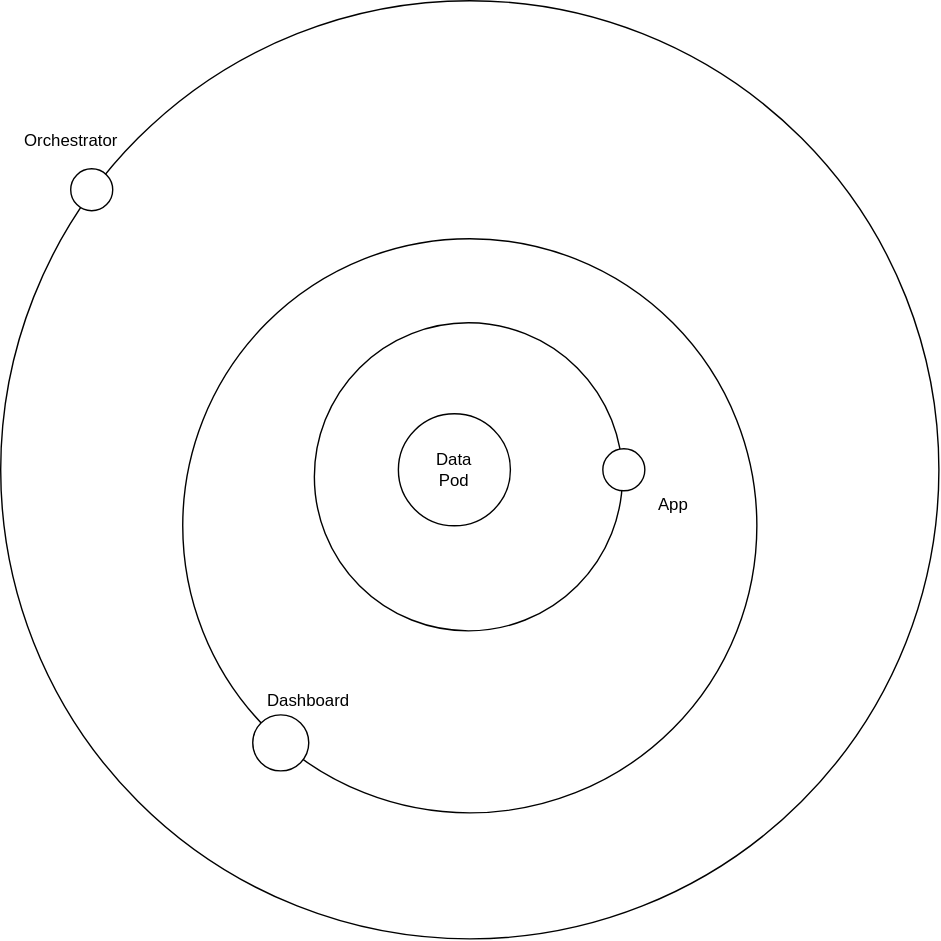
Above: images/mellon-orchestrator-solar.svg in MellonScholarlyCommunication/spec-overview (draw.io), before the change. Source tidied: cells renumbered, new cells last; positions are measured from the earlier drawing's top-left corner, leaving out a move shared by most shapes.
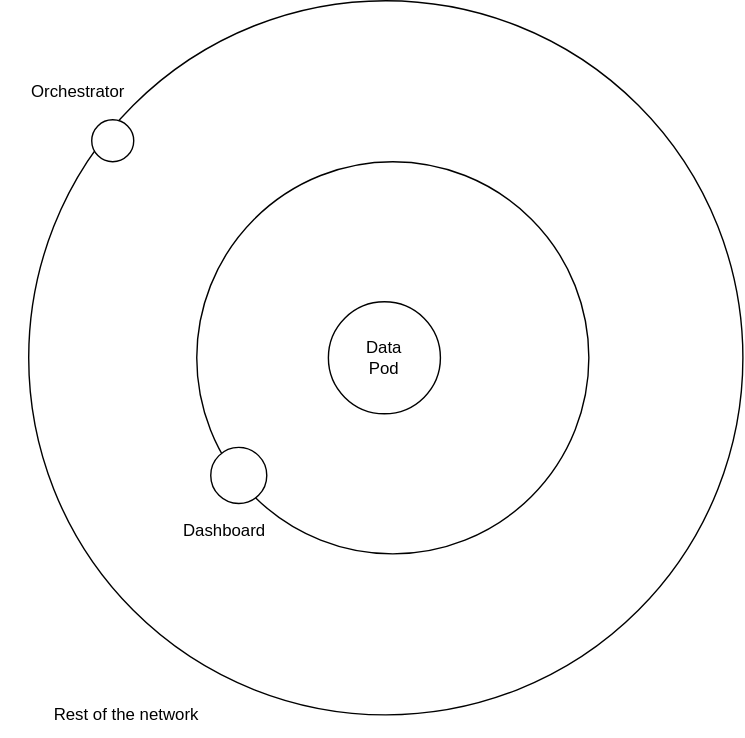
After the change.

What changed in the source:
```diff
@@ -3,34 +3,28 @@
     <mxCell id="0" />
     <mxCell id="1" parent="0" />
     <mxCell id="2" style="ellipse;whiteSpace=wrap;html=1;" parent="1" vertex="1">
-      <mxGeometry width="670" height="670" as="geometry" />
+      <mxGeometry x="70" y="35" width="510" height="510" as="geometry" />
     </mxCell>
     <mxCell id="3" style="ellipse;whiteSpace=wrap;html=1;" parent="1" vertex="1">
-      <mxGeometry x="130" y="170" width="410" height="410" as="geometry" />
+      <mxGeometry x="190" y="150" width="280" height="280" as="geometry" />
     </mxCell>
-    <mxCell id="4" style="ellipse;whiteSpace=wrap;html=1;" parent="1" vertex="1">
-      <mxGeometry x="224" y="230" width="220" height="220" as="geometry" />
-    </mxCell>
     <mxCell id="5" value="Data&lt;br&gt;Pod" style="ellipse;whiteSpace=wrap;html=1;" parent="1" vertex="1">
-      <mxGeometry x="284" y="295" width="80" height="80" as="geometry" />
+      <mxGeometry x="284" y="250" width="80" height="80" as="geometry" />
     </mxCell>
     <mxCell id="6" value="Orchestrator" style="text;html=1;align=center;verticalAlign=middle;strokeColor=none;" parent="1" vertex="1">
-      <mxGeometry x="10" y="90" width="80" height="20" as="geometry" />
+      <mxGeometry x="65" y="90" width="80" height="20" as="geometry" />
     </mxCell>
     <mxCell id="7" style="ellipse;whiteSpace=wrap;html=1;" parent="1" vertex="1">
-      <mxGeometry x="50" y="120" width="30" height="30" as="geometry" />
+      <mxGeometry x="115" y="120" width="30" height="30" as="geometry" />
     </mxCell>
     <mxCell id="8" style="ellipse;whiteSpace=wrap;html=1;" parent="1" vertex="1">
-      <mxGeometry x="180" y="510" width="40" height="40" as="geometry" />
+      <mxGeometry x="200" y="354" width="40" height="40" as="geometry" />
     </mxCell>
     <mxCell id="9" value="Dashboard" style="text;html=1;strokeColor=none;fillColor=none;align=center;verticalAlign=middle;whiteSpace=wrap;rounded=0;" parent="1" vertex="1">
-      <mxGeometry x="200" y="490" width="40" height="20" as="geometry" />
+      <mxGeometry x="190" y="404" width="40" height="20" as="geometry" />
     </mxCell>
-    <mxCell id="10" style="ellipse;whiteSpace=wrap;html=1;" parent="1" vertex="1">
-      <mxGeometry x="430" y="320" width="30" height="30" as="geometry" />
-    </mxCell>
-    <mxCell id="11" value="App" style="text;html=1;align=center;verticalAlign=middle;strokeColor=none;" parent="1" vertex="1">
-      <mxGeometry x="460" y="350" width="40" height="20" as="geometry" />
-    </mxCell>
+    <mxCell id="12" value="Rest of the network" style="text;html=1;strokeColor=none;fillColor=none;align=center;verticalAlign=middle;whiteSpace=wrap;rounded=0;" parent="1" vertex="1">
+      <mxGeometry x="50" y="530" width="180" height="30" as="geometry" />
+    </mxCell>
   </root>
 </mxGraphModel>
```
